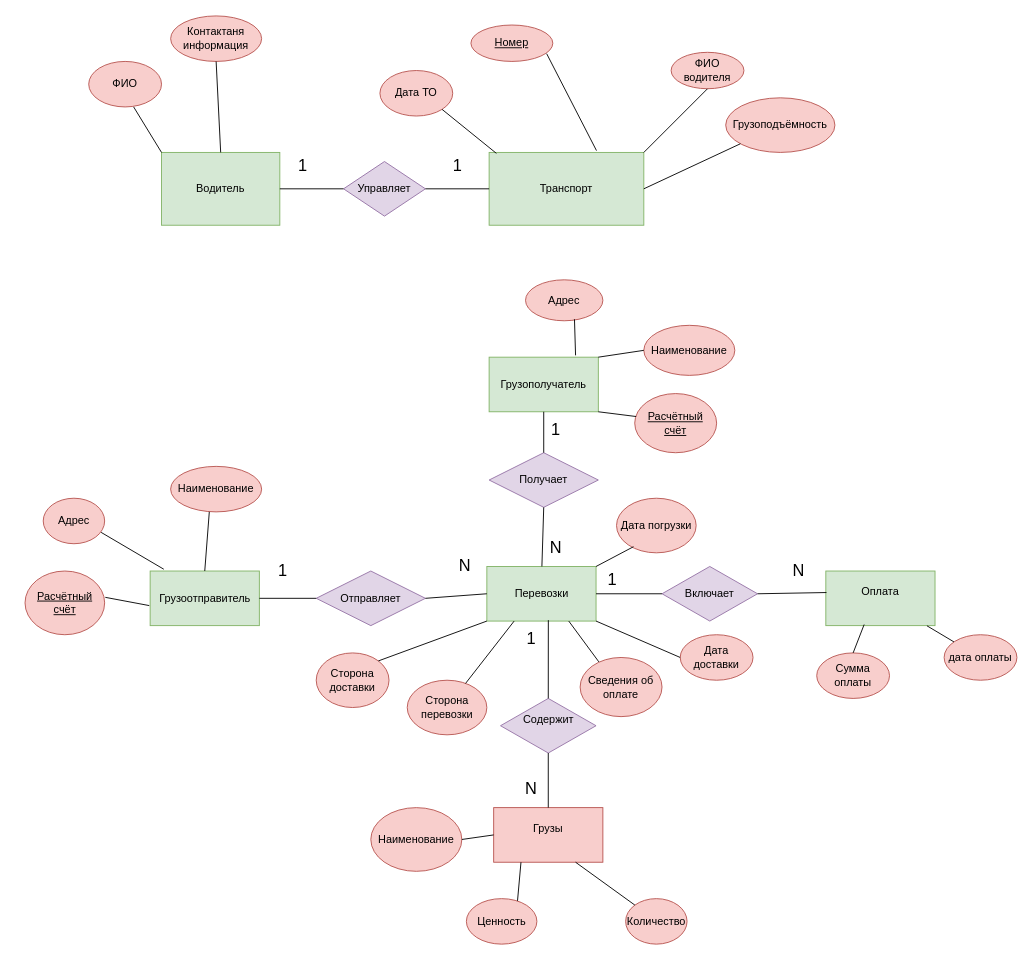
Above: Диаграмма Чена.drawio in alexej0000/Diagram (draw.io), before the change. Source tidied: cells renumbered, new cells numbered last; positions are measured from the earlier drawing's top-left corner, leaving out a move shared by most shapes. Both pictures are drawn from the tidied source at 91%, with x=0, y=0 at pixel (25, 15).
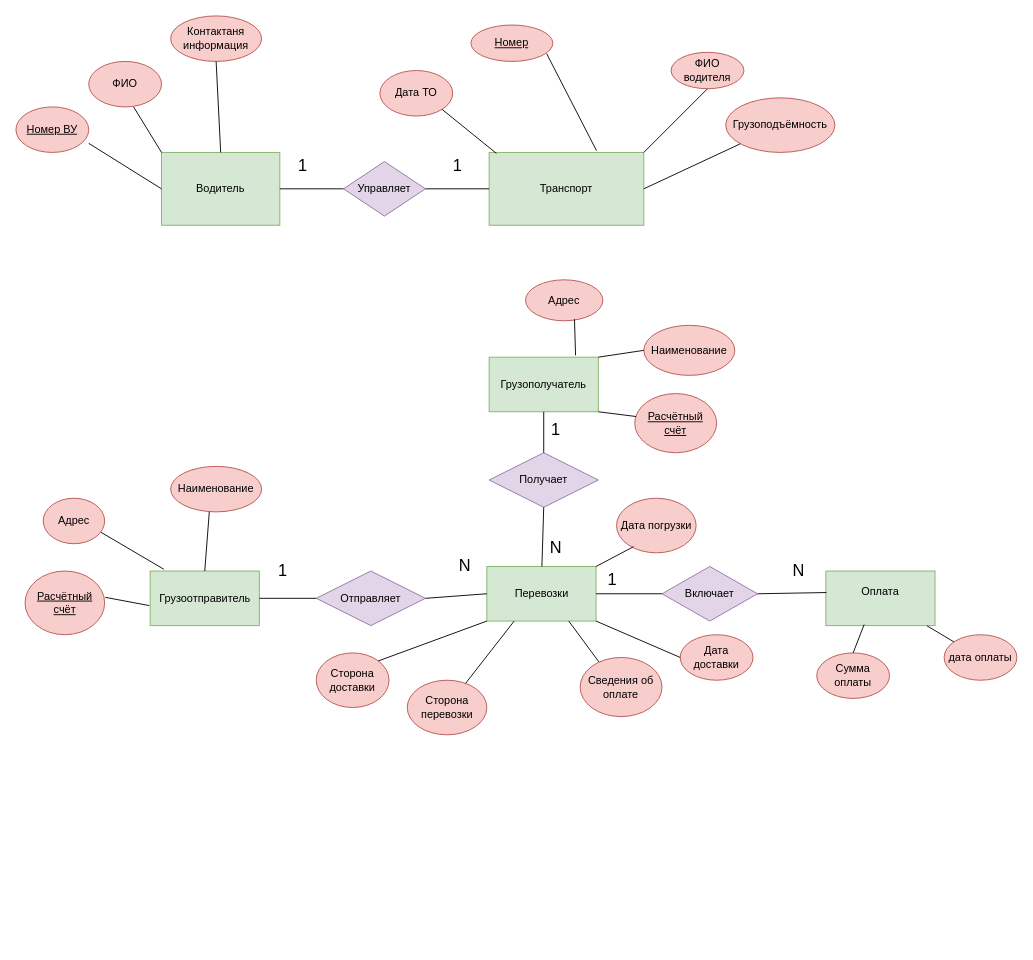
The same page after the edit.

The change refers to these unchanged cells:
```xml
<mxCell id="5" value="Перевозки" style="rounded=0;whiteSpace=wrap;html=1;fillColor=#d5e8d4;strokeColor=#82b366;" parent="1" vertex="1">
  <mxGeometry x="507.5" y="605" width="120" height="60" as="geometry" />
</mxCell>
<mxCell id="6" value="Водитель" style="rounded=0;whiteSpace=wrap;html=1;fillColor=#d5e8d4;strokeColor=#82b366;" parent="1" vertex="1">
  <mxGeometry x="150" y="150" width="130" height="80" as="geometry" />
</mxCell>
```

Change to the diagram source:
```diff
@@
-    <mxCell id="7" value="Грузы&lt;div&gt;&lt;br&gt;&lt;/div&gt;" style="rounded=0;whiteSpace=wrap;html=1;fillColor=#f8cecc;strokeColor=#b85450;" parent="1" vertex="1">
-      <mxGeometry x="515" y="870" width="120" height="60" as="geometry" />
-    </mxCell>
@@
-    <mxCell id="40" value="Количество" style="ellipse;whiteSpace=wrap;html=1;fillColor=#f8cecc;strokeColor=#b85450;" parent="1" vertex="1">
-      <mxGeometry x="660" y="970" width="67.5" height="50" as="geometry" />
-    </mxCell>
-    <mxCell id="41" value="Ценность" style="ellipse;whiteSpace=wrap;html=1;fillColor=#f8cecc;strokeColor=#b85450;" parent="1" vertex="1">
-      <mxGeometry x="485" y="970" width="77.5" height="50" as="geometry" />
-    </mxCell>
-    <mxCell id="42" value="Наименование" style="ellipse;whiteSpace=wrap;html=1;fillColor=#f8cecc;strokeColor=#b85450;" parent="1" vertex="1">
-      <mxGeometry x="380" y="870" width="100" height="70" as="geometry" />
-    </mxCell>
-    <mxCell id="43" style="endArrow=none;html=1;rounded=0;exitX=1;exitY=0.5;exitDx=0;exitDy=0;entryX=0;entryY=0.5;entryDx=0;entryDy=0;" parent="1" edge="1" source="42" target="7">
-      <mxGeometry relative="1" as="geometry" />
-    </mxCell>
-    <mxCell id="44" style="endArrow=none;html=1;rounded=0;exitX=0.725;exitY=0.05;exitDx=0;exitDy=0;exitPerimeter=0;entryX=0.25;entryY=1;entryDx=0;entryDy=0;" parent="1" edge="1" source="41" target="7">
-      <mxGeometry relative="1" as="geometry" />
-    </mxCell>
-    <mxCell id="45" style="endArrow=none;html=1;rounded=0;exitX=0;exitY=0;exitDx=0;exitDy=0;entryX=0.75;entryY=1;entryDx=0;entryDy=0;" parent="1" edge="1" source="40" target="7">
-      <mxGeometry relative="1" as="geometry" />
-    </mxCell>
@@
-    <mxCell id="65" value="Содержит&lt;div&gt;&lt;br&gt;&lt;/div&gt;" style="shape=rhombus;perimeter=rhombusPerimeter;whiteSpace=wrap;html=1;align=center;fillColor=#e1d5e7;strokeColor=#9673a6;" parent="1" vertex="1">
-      <mxGeometry x="522.5" y="750" width="105" height="60" as="geometry" />
-    </mxCell>
-    <mxCell id="66" style="endArrow=none;html=1;rounded=0;exitX=0.5;exitY=0;exitDx=0;exitDy=0;entryX=0.563;entryY=0.983;entryDx=0;entryDy=0;entryPerimeter=0;" parent="1" edge="1" source="65" target="5">
-      <mxGeometry relative="1" as="geometry" />
-    </mxCell>
-    <mxCell id="67" style="endArrow=none;html=1;rounded=0;entryX=0.5;entryY=1;entryDx=0;entryDy=0;exitX=0.5;exitY=0;exitDx=0;exitDy=0;" parent="1" edge="1" source="7" target="65">
-      <mxGeometry relative="1" as="geometry" />
-    </mxCell>
@@
-    <mxCell id="75" value="&lt;font style=&quot;font-size: 18px;&quot;&gt;1&lt;/font&gt;" style="text;html=1;align=center;verticalAlign=middle;strokeColor=none;fillColor=none;" parent="1" vertex="1">
-      <mxGeometry x="541.2" y="665" width="30" height="40" as="geometry" />
-    </mxCell>
-    <mxCell id="76" value="&lt;span style=&quot;font-size: 18px;&quot;&gt;N&lt;/span&gt;" style="text;html=1;align=center;verticalAlign=middle;strokeColor=none;fillColor=none;" parent="1" vertex="1">
-      <mxGeometry x="536.2" y="830" width="40" height="40" as="geometry" />
-    </mxCell>
@@
+    <mxCell id="79" value="&lt;u&gt;Номер ВУ&lt;/u&gt;" style="ellipse;whiteSpace=wrap;html=1;fillColor=#f8cecc;strokeColor=#b85450;" parent="1" vertex="1">
+      <mxGeometry x="-10" y="100" width="80" height="50" as="geometry" />
+    </mxCell>
+    <mxCell id="80" style="endArrow=none;html=1;rounded=0;exitX=0;exitY=0.5;exitDx=0;exitDy=0;entryX=1;entryY=0.8;entryDx=0;entryDy=0;entryPerimeter=0;" parent="1" edge="1" source="6" target="79">
+      <mxGeometry relative="1" as="geometry" />
+    </mxCell>
```
